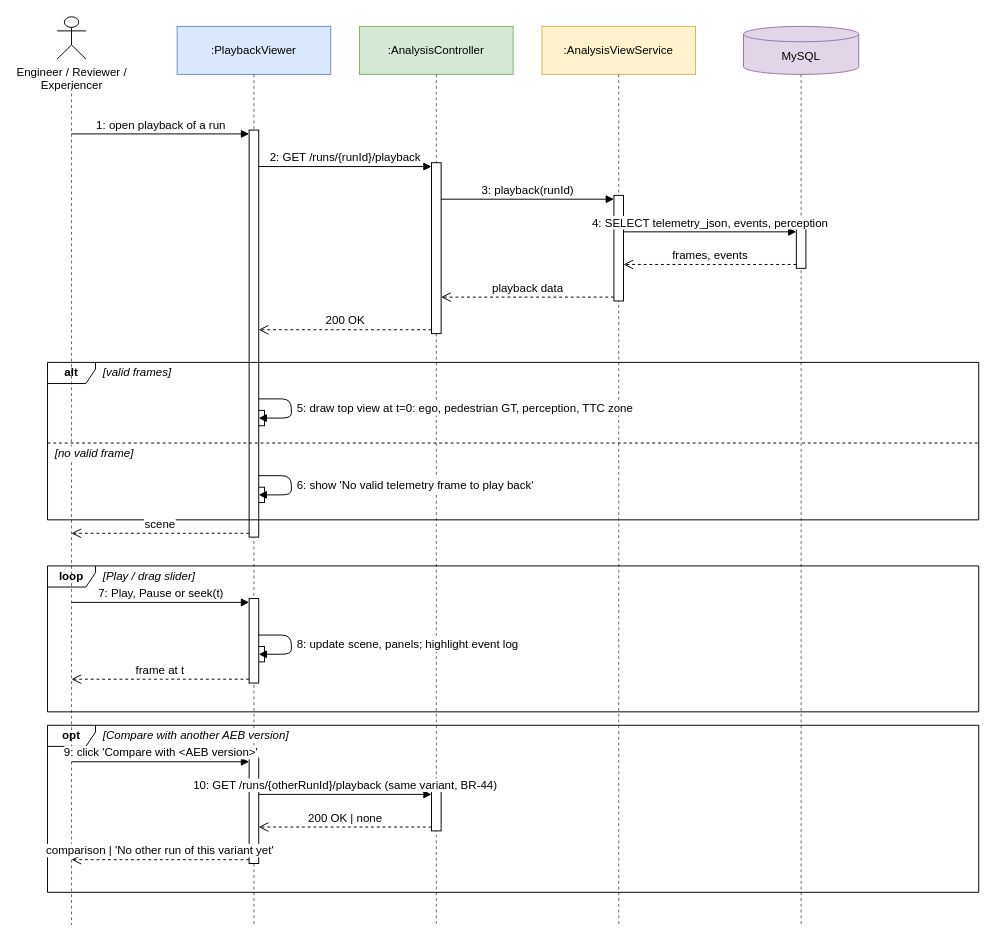
Earlier version of the draw.io diagram docs/report/diagrams/fe09-11/fe11-playback-failure-scenario.drawio (Menakanchi/SEP490-FA26-G15). Source tidied: cells renumbered, new cells numbered last; positions are measured from the earlier drawing's top-left corner, leaving out a move shared by most shapes. Both pictures are drawn from the tidied source at 96%, with x=0, y=0 at pixel (47, 16).
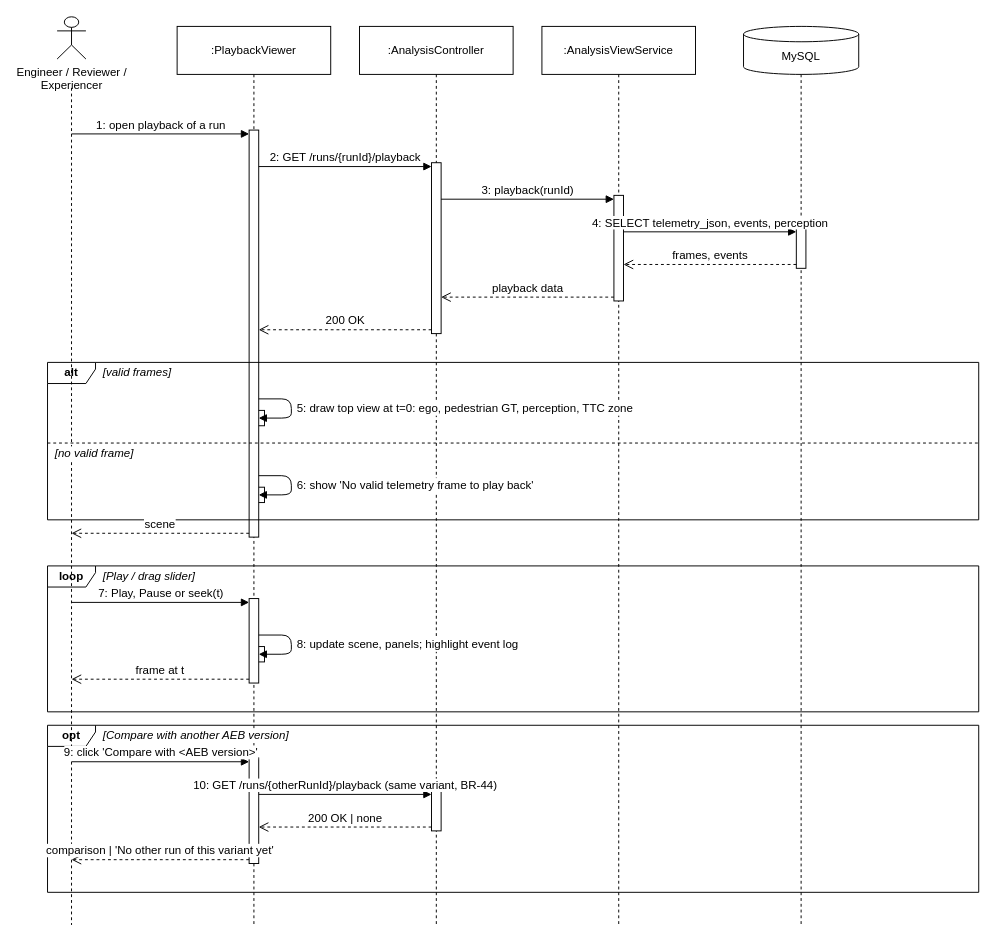
The same page after the edit.

Diff of the diagram source:
```diff
@@
-    <mxCell id="3" style="endArrow=none;dashed=1;html=1;strokeColor=#666666;" parent="1" edge="1">
+    <mxCell id="3" style="endArrow=none;dashed=1;html=1;strokeColor=#000000;" parent="1" edge="1">
       <mxGeometry relative="1" as="geometry">
         <mxPoint x="25" y="74" as="sourcePoint" />
         <mxPoint x="25" y="946" as="targetPoint" />
       </mxGeometry>
     </mxCell>
-    <mxCell id="4" value=":PlaybackViewer" style="fontFamily=Helvetica;fontSize=12;rounded=0;whiteSpace=wrap;html=1;fillColor=#dae8fc;strokeColor=#6c8ebf;fontStyle=0;" parent="1" vertex="1">
+    <mxCell id="4" value=":PlaybackViewer" style="fontFamily=Helvetica;fontSize=12;rounded=0;whiteSpace=wrap;html=1;fillColor=#ffffff;strokeColor=#000000;fontStyle=0;" parent="1" vertex="1">
       <mxGeometry x="135" y="10" width="160" height="50" as="geometry" />
     </mxCell>
-    <mxCell id="5" style="endArrow=none;dashed=1;html=1;strokeColor=#666666;" parent="1" edge="1">
+    <mxCell id="5" style="endArrow=none;dashed=1;html=1;strokeColor=#000000;" parent="1" edge="1">
       <mxGeometry relative="1" as="geometry">
         <mxPoint x="215" y="60" as="sourcePoint" />
         <mxPoint x="215" y="946" as="targetPoint" />
       </mxGeometry>
     </mxCell>
-    <mxCell id="6" value=":AnalysisController" style="fontFamily=Helvetica;fontSize=12;rounded=0;whiteSpace=wrap;html=1;fillColor=#d5e8d4;strokeColor=#82b366;fontStyle=0;" parent="1" vertex="1">
+    <mxCell id="6" value=":AnalysisController" style="fontFamily=Helvetica;fontSize=12;rounded=0;whiteSpace=wrap;html=1;fillColor=#ffffff;strokeColor=#000000;fontStyle=0;" parent="1" vertex="1">
       <mxGeometry x="325" y="10" width="160" height="50" as="geometry" />
     </mxCell>
-    <mxCell id="7" style="endArrow=none;dashed=1;html=1;strokeColor=#666666;" parent="1" edge="1">
+    <mxCell id="7" style="endArrow=none;dashed=1;html=1;strokeColor=#000000;" parent="1" edge="1">
       <mxGeometry relative="1" as="geometry">
         <mxPoint x="405" y="60" as="sourcePoint" />
         <mxPoint x="405" y="946" as="targetPoint" />
       </mxGeometry>
     </mxCell>
-    <mxCell id="8" value=":AnalysisViewService" style="fontFamily=Helvetica;fontSize=12;rounded=0;whiteSpace=wrap;html=1;fillColor=#fff2cc;strokeColor=#d6b656;fontStyle=0;" parent="1" vertex="1">
+    <mxCell id="8" value=":AnalysisViewService" style="fontFamily=Helvetica;fontSize=12;rounded=0;whiteSpace=wrap;html=1;fillColor=#ffffff;strokeColor=#000000;fontStyle=0;" parent="1" vertex="1">
       <mxGeometry x="515" y="10" width="160" height="50" as="geometry" />
     </mxCell>
-    <mxCell id="9" style="endArrow=none;dashed=1;html=1;strokeColor=#666666;" parent="1" edge="1">
+    <mxCell id="9" style="endArrow=none;dashed=1;html=1;strokeColor=#000000;" parent="1" edge="1">
       <mxGeometry relative="1" as="geometry">
         <mxPoint x="595" y="60" as="sourcePoint" />
         <mxPoint x="595" y="946" as="targetPoint" />
       </mxGeometry>
     </mxCell>
-    <mxCell id="10" value="MySQL" style="fontFamily=Helvetica;fontSize=12;shape=cylinder3;whiteSpace=wrap;html=1;boundedLbl=1;backgroundOutline=1;size=8;fillColor=#e1d5e7;strokeColor=#9673a6;" parent="1" vertex="1">
+    <mxCell id="10" value="MySQL" style="fontFamily=Helvetica;fontSize=12;shape=cylinder3;whiteSpace=wrap;html=1;boundedLbl=1;backgroundOutline=1;size=8;fillColor=#ffffff;strokeColor=#000000;" parent="1" vertex="1">
       <mxGeometry x="725" y="10" width="120" height="50" as="geometry" />
     </mxCell>
-    <mxCell id="11" style="endArrow=none;dashed=1;html=1;strokeColor=#666666;" parent="1" edge="1">
+    <mxCell id="11" style="endArrow=none;dashed=1;html=1;strokeColor=#000000;" parent="1" edge="1">
       <mxGeometry relative="1" as="geometry">
         <mxPoint x="785" y="60" as="sourcePoint" />
         <mxPoint x="785" y="946" as="targetPoint" />
       </mxGeometry>
     </mxCell>
```
